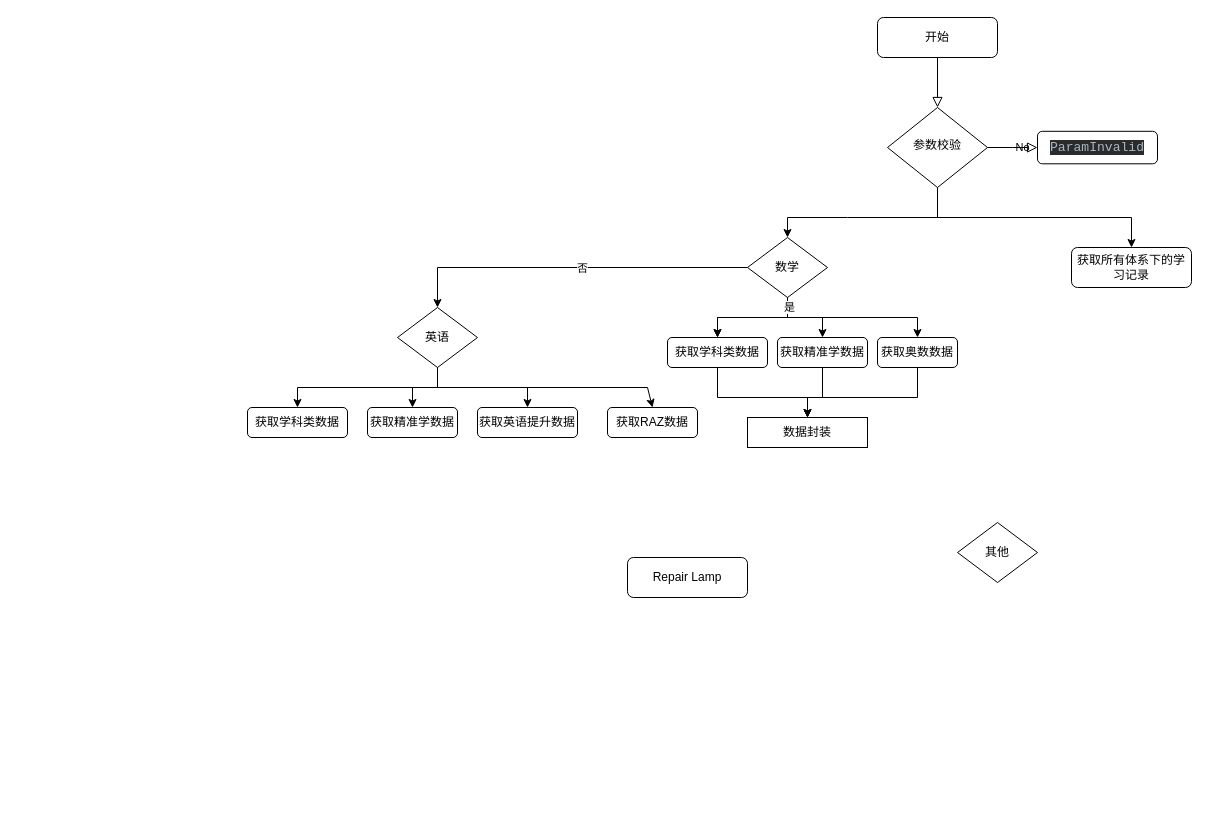
ZYMASK/found-work-test keeps this draw.io diagram as 未命名绘图.drawio. Above is the earlier version. Source tidied: cells renumbered, new cells numbered last; positions are measured from the earlier drawing's top-left corner, leaving out a move shared by most shapes. Both pictures are drawn from the tidied source at 100%, with x=0, y=0 at pixel (247, 17).
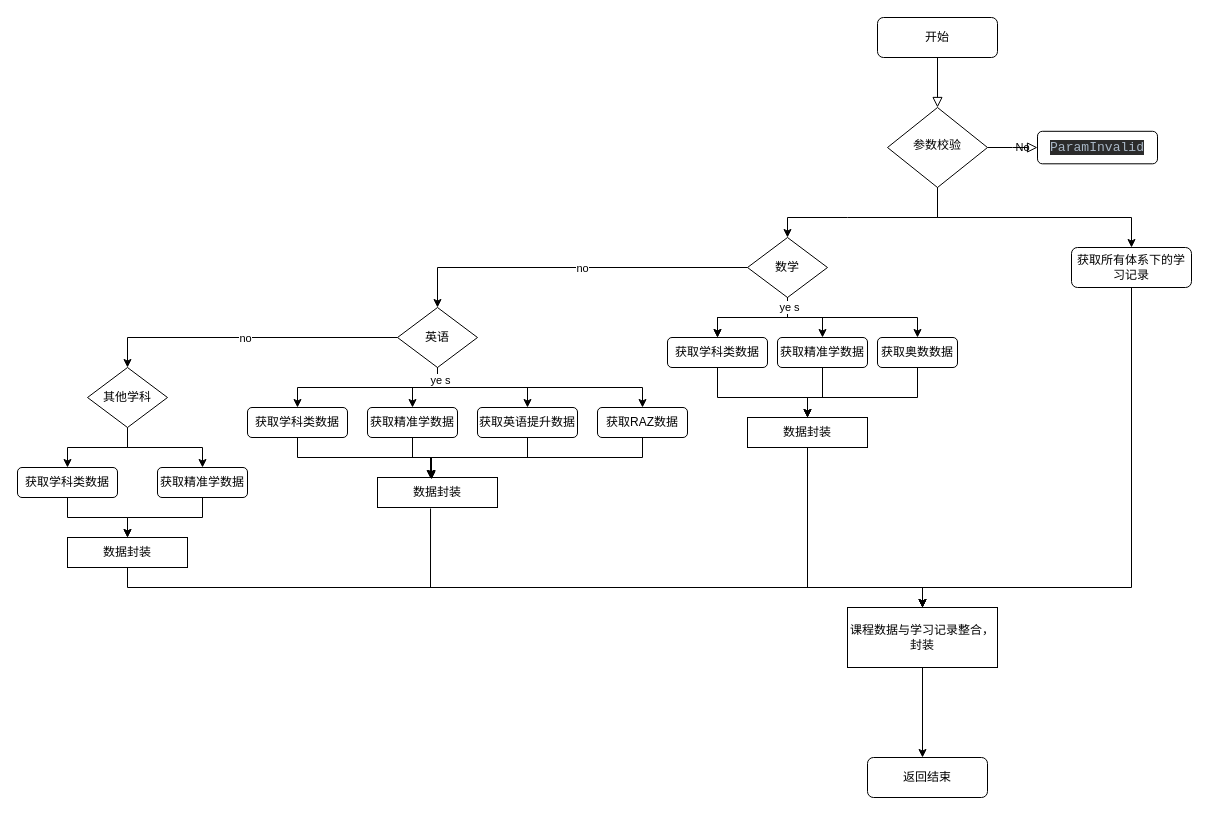
Above is the later version.

Commit message:
全部资源数据流程图.drawio

The change refers to these unchanged cells:
```xml
<mxCell id="7" value="获取所有体系下的学习记录" style="rounded=1;whiteSpace=wrap;html=1;fontSize=12;glass=0;strokeWidth=1;shadow=0;" parent="1" vertex="1">
  <mxGeometry x="824" y="230" width="120" height="40" as="geometry" />
</mxCell>
<mxCell id="17" value="英语" style="rhombus;whiteSpace=wrap;html=1;" parent="1" vertex="1">
  <mxGeometry x="150" y="290" width="80" height="60" as="geometry" />
</mxCell>
<mxCell id="23" style="endArrow=classic;html=1;rounded=0;entryX=0.5;entryY=0;entryDx=0;entryDy=0;" parent="1" edge="1" target="18">
  <mxGeometry relative="1" as="geometry">
    <mxPoint x="540" y="280" as="sourcePoint" />
    <Array as="points">
      <mxPoint x="540" y="300" />
      <mxPoint x="575" y="300" />
    </Array>
  </mxGeometry>
</mxCell>
<mxCell id="25" value="数据封装" style="rounded=0;whiteSpace=wrap;html=1;" parent="1" vertex="1">
  <mxGeometry x="500" y="400" width="120" height="30" as="geometry" />
</mxCell>
<mxCell id="29" style="endArrow=classic;html=1;rounded=0;exitX=0;exitY=0.5;exitDx=0;exitDy=0;entryX=0.5;entryY=0;entryDx=0;entryDy=0;" parent="1" edge="1" source="11" target="17">
  <mxGeometry relative="1" as="geometry">
    <Array as="points">
      <mxPoint x="190" y="250" />
    </Array>
  </mxGeometry>
</mxCell>
<mxCell id="31" value="获取学科类数据" style="rounded=1;whiteSpace=wrap;html=1;" parent="1" vertex="1">
  <mxGeometry y="390" width="100" height="30" as="geometry" />
</mxCell>
<mxCell id="32" value="获取精准学数据" style="rounded=1;whiteSpace=wrap;html=1;" parent="1" vertex="1">
  <mxGeometry x="120" y="390" width="90" height="30" as="geometry" />
</mxCell>
<mxCell id="33" value="获取英语提升数据" style="rounded=1;whiteSpace=wrap;html=1;" parent="1" vertex="1">
  <mxGeometry x="230" y="390" width="100" height="30" as="geometry" />
</mxCell>
```

Change to the diagram source:
```diff
@@
-    <mxCell id="6" value="Repair Lamp" style="rounded=1;whiteSpace=wrap;html=1;fontSize=12;glass=0;strokeWidth=1;shadow=0;" parent="1" vertex="1">
-      <mxGeometry x="380" y="540" width="120" height="40" as="geometry" />
-    </mxCell>
@@
-    <mxCell id="13" value="其他" style="rhombus;whiteSpace=wrap;html=1;" parent="1" vertex="1">
-      <mxGeometry x="710" y="505" width="80" height="60" as="geometry" />
-    </mxCell>
@@
-    <mxCell id="24" value="是" style="edgeLabel;html=1;align=center;verticalAlign=middle;" parent="23" vertex="1">
+    <mxCell id="24" value="ye s" style="edgeLabel;html=1;align=center;verticalAlign=middle;" parent="23" vertex="1">
       <mxGeometry x="-0.76" y="1" relative="1" as="geometry" />
     </mxCell>
@@
-    <mxCell id="30" value="否" style="edgeLabel;html=1;align=center;verticalAlign=middle;" parent="29" vertex="1">
+    <mxCell id="30" value="no" style="edgeLabel;html=1;align=center;verticalAlign=middle;" parent="29" vertex="1">
       <mxGeometry x="-0.05" relative="1" as="geometry" />
     </mxCell>
@@
     <mxCell id="34" value="获取RAZ数据" style="rounded=1;whiteSpace=wrap;html=1;" parent="1" vertex="1">
-      <mxGeometry x="360" y="390" width="90" height="30" as="geometry" />
+      <mxGeometry x="350" y="390" width="90" height="30" as="geometry" />
     </mxCell>
     <mxCell id="35" style="endArrow=classic;html=1;rounded=0;entryX=0.5;entryY=0;entryDx=0;entryDy=0;" parent="1" edge="1" target="34">
       <mxGeometry relative="1" as="geometry">
         <mxPoint x="190" y="350" as="sourcePoint" />
         <Array as="points">
           <mxPoint x="190" y="370" />
-          <mxPoint x="400" y="370" />
+          <mxPoint x="395" y="370" />
         </Array>
       </mxGeometry>
     </mxCell>
+    <mxCell id="36" value="ye s" style="edgeLabel;html=1;align=center;verticalAlign=middle;" parent="35" vertex="1">
+      <mxGeometry x="-0.9" y="2" relative="1" as="geometry" />
+    </mxCell>
+    <mxCell id="37" value="数据封装" style="rounded=0;whiteSpace=wrap;html=1;" parent="1" vertex="1">
+      <mxGeometry x="130" y="460" width="120" height="30" as="geometry" />
+    </mxCell>
+    <mxCell id="38" style="endArrow=classic;html=1;rounded=0;exitX=0.5;exitY=1;exitDx=0;exitDy=0;entryX=0.442;entryY=0.033;entryDx=0;entryDy=0;entryPerimeter=0;" parent="1" edge="1" source="31" target="37">
+      <mxGeometry relative="1" as="geometry">
+        <Array as="points">
+          <mxPoint x="50" y="440" />
+          <mxPoint x="183" y="440" />
+        </Array>
+      </mxGeometry>
+    </mxCell>
+    <mxCell id="39" style="edgeStyle=orthogonalEdgeStyle;rounded=0;jettySize=auto;html=1;exitX=0.5;exitY=1;exitDx=0;exitDy=0;entryX=0.45;entryY=0.033;entryDx=0;entryDy=0;entryPerimeter=0;" parent="1" edge="1" source="32" target="37">
+      <mxGeometry relative="1" as="geometry" />
+    </mxCell>
+    <mxCell id="40" style="edgeStyle=orthogonalEdgeStyle;rounded=0;jettySize=auto;html=1;exitX=0.5;exitY=1;exitDx=0;exitDy=0;entryX=0.45;entryY=0.033;entryDx=0;entryDy=0;entryPerimeter=0;" parent="1" edge="1" source="33" target="37">
+      <mxGeometry relative="1" as="geometry" />
+    </mxCell>
+    <mxCell id="41" style="edgeStyle=orthogonalEdgeStyle;rounded=0;jettySize=auto;html=1;exitX=0.5;exitY=1;exitDx=0;exitDy=0;entryX=0.45;entryY=0.067;entryDx=0;entryDy=0;entryPerimeter=0;" parent="1" edge="1" source="34" target="37">
+      <mxGeometry relative="1" as="geometry" />
+    </mxCell>
+    <mxCell id="42" style="edgeStyle=orthogonalEdgeStyle;rounded=0;jettySize=auto;html=1;exitX=0.5;exitY=1;exitDx=0;exitDy=0;entryX=0.5;entryY=0;entryDx=0;entryDy=0;" parent="1" edge="1" source="44" target="48">
+      <mxGeometry relative="1" as="geometry" />
+    </mxCell>
+    <mxCell id="43" style="edgeStyle=orthogonalEdgeStyle;rounded=0;jettySize=auto;html=1;exitX=0.5;exitY=1;exitDx=0;exitDy=0;entryX=0.5;entryY=0;entryDx=0;entryDy=0;" parent="1" edge="1" source="44" target="50">
+      <mxGeometry relative="1" as="geometry" />
+    </mxCell>
+    <mxCell id="44" value="其他学科" style="rhombus;whiteSpace=wrap;html=1;" parent="1" vertex="1">
+      <mxGeometry x="-160" y="350" width="80" height="60" as="geometry" />
+    </mxCell>
+    <mxCell id="45" style="endArrow=classic;html=1;rounded=0;exitX=0;exitY=0.5;exitDx=0;exitDy=0;entryX=0.5;entryY=0;entryDx=0;entryDy=0;" parent="1" edge="1" source="17" target="44">
+      <mxGeometry relative="1" as="geometry">
+        <Array as="points">
+          <mxPoint x="-120" y="320" />
+        </Array>
+      </mxGeometry>
+    </mxCell>
+    <mxCell id="46" value="no" style="edgeLabel;html=1;align=center;verticalAlign=middle;" parent="45" vertex="1">
+      <mxGeometry x="0.02" relative="1" as="geometry" />
+    </mxCell>
+    <mxCell id="47" style="edgeStyle=orthogonalEdgeStyle;rounded=0;jettySize=auto;html=1;exitX=0.5;exitY=1;exitDx=0;exitDy=0;entryX=0.5;entryY=0;entryDx=0;entryDy=0;" parent="1" edge="1" source="48" target="51">
+      <mxGeometry relative="1" as="geometry" />
+    </mxCell>
+    <mxCell id="48" value="获取学科类数据" style="rounded=1;whiteSpace=wrap;html=1;" parent="1" vertex="1">
+      <mxGeometry x="-230" y="450" width="100" height="30" as="geometry" />
+    </mxCell>
+    <mxCell id="49" style="edgeStyle=orthogonalEdgeStyle;rounded=0;jettySize=auto;html=1;exitX=0.5;exitY=1;exitDx=0;exitDy=0;" parent="1" edge="1" source="50" target="51">
+      <mxGeometry relative="1" as="geometry" />
+    </mxCell>
+    <mxCell id="50" value="获取精准学数据" style="rounded=1;whiteSpace=wrap;html=1;" parent="1" vertex="1">
+      <mxGeometry x="-90" y="450" width="90" height="30" as="geometry" />
+    </mxCell>
+    <mxCell id="51" value="数据封装" style="rounded=0;whiteSpace=wrap;html=1;" parent="1" vertex="1">
+      <mxGeometry x="-180" y="520" width="120" height="30" as="geometry" />
+    </mxCell>
+    <mxCell id="52" value="课程数据与学习记录整合，封装" style="rounded=0;whiteSpace=wrap;html=1;" parent="1" vertex="1">
+      <mxGeometry x="600" y="590" width="150" height="60" as="geometry" />
+    </mxCell>
+    <mxCell id="53" value="返回结束" style="rounded=1;whiteSpace=wrap;html=1;fontSize=12;glass=0;strokeWidth=1;shadow=0;" parent="1" vertex="1">
+      <mxGeometry x="620" y="740" width="120" height="40" as="geometry" />
+    </mxCell>
+    <mxCell id="54" style="endArrow=classic;html=1;rounded=0;exitX=0.5;exitY=1;exitDx=0;exitDy=0;" parent="1" edge="1" source="52">
+      <mxGeometry relative="1" as="geometry">
+        <mxPoint x="675" y="740" as="targetPoint" />
+      </mxGeometry>
+    </mxCell>
+    <mxCell id="55" style="endArrow=classic;html=1;rounded=0;exitX=0.442;exitY=1.033;exitDx=0;exitDy=0;exitPerimeter=0;entryX=0.5;entryY=0;entryDx=0;entryDy=0;" parent="1" edge="1" source="37" target="52">
+      <mxGeometry relative="1" as="geometry">
+        <Array as="points">
+          <mxPoint x="183" y="570" />
+          <mxPoint x="675" y="570" />
+        </Array>
+      </mxGeometry>
+    </mxCell>
+    <mxCell id="56" style="endArrow=classic;html=1;rounded=0;exitX=0.5;exitY=1;exitDx=0;exitDy=0;entryX=0.5;entryY=0;entryDx=0;entryDy=0;" parent="1" edge="1" source="51" target="52">
+      <mxGeometry relative="1" as="geometry">
+        <Array as="points">
+          <mxPoint x="-120" y="570" />
+          <mxPoint x="675" y="570" />
+        </Array>
+      </mxGeometry>
+    </mxCell>
+    <mxCell id="57" style="endArrow=classic;html=1;rounded=0;exitX=0.5;exitY=1;exitDx=0;exitDy=0;entryX=0.5;entryY=0;entryDx=0;entryDy=0;" parent="1" edge="1" source="25" target="52">
+      <mxGeometry relative="1" as="geometry">
+        <Array as="points">
+          <mxPoint x="560" y="570" />
+          <mxPoint x="675" y="570" />
+        </Array>
+      </mxGeometry>
+    </mxCell>
+    <mxCell id="58" style="endArrow=classic;html=1;rounded=0;exitX=0.5;exitY=1;exitDx=0;exitDy=0;entryX=0.5;entryY=0;entryDx=0;entryDy=0;" parent="1" edge="1" source="7" target="52">
+      <mxGeometry relative="1" as="geometry">
+        <Array as="points">
+          <mxPoint x="884" y="570" />
+          <mxPoint x="675" y="570" />
+        </Array>
+      </mxGeometry>
+    </mxCell>
```
